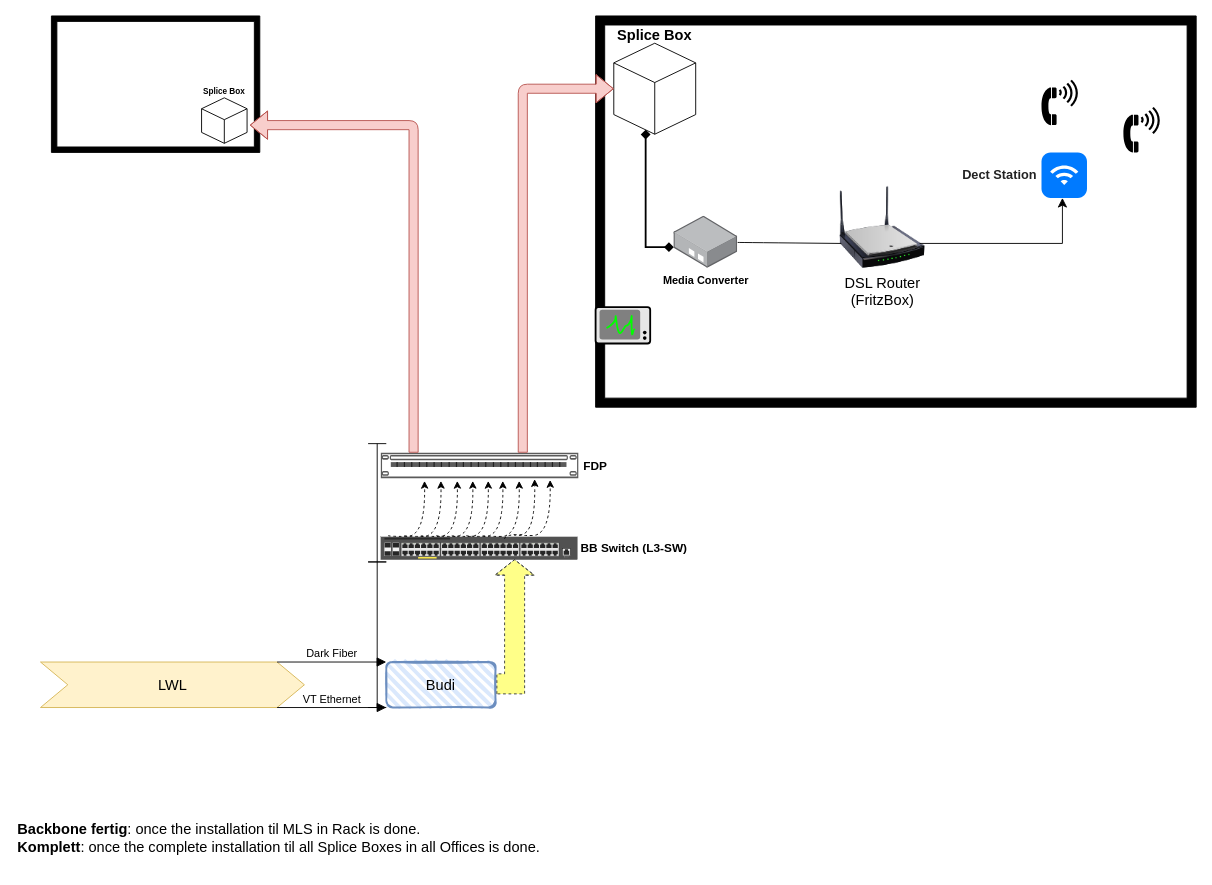
The draw.io diagram Optical Fiber connection - Office Side/main OF.drawio in payam-avarwand/Network_Diagrams, before the edit. Source tidied: cells renumbered, new cells numbered last; positions are measured from the earlier drawing's top-left corner, leaving out a move shared by most shapes. Both pictures are drawn from the tidied source at 91%, with x=0, y=0 at pixel (15, 15).
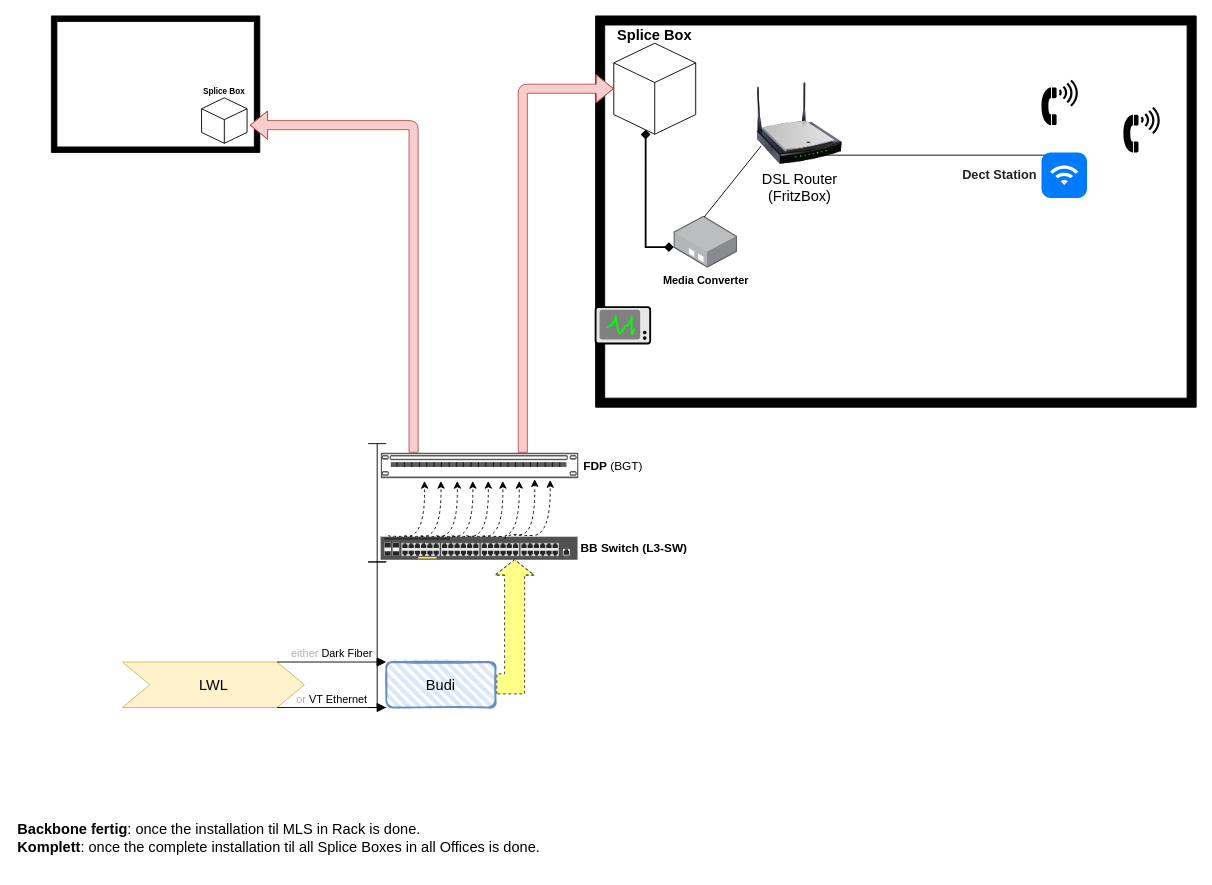
The same diagram, later.

The change refers to these unchanged cells:
```xml
<mxCell id="2" value="&lt;b&gt;Media Converter&lt;/b&gt;" style="image;points=[];html=1;align=center;shadow=0;dashed=0;image=img/lib/allied_telesis/media_converters/Media_Converter_Standalone.svg;imageBackground=none;fillStyle=auto;imageBorder=none;verticalAlign=top;" parent="1" vertex="1">
  <mxGeometry x="723" y="220" width="70.1" height="57.2" as="geometry" />
</mxCell>
<mxCell id="4" value="Budi" style="rounded=1;strokeWidth=2;fillWeight=4;hachureGap=8;hachureAngle=45;fillColor=#dae8fc;sketch=1;fontSize=16;flipH=0;labelBorderColor=none;labelBackgroundColor=none;html=1;whiteSpace=wrap;strokeColor=#6c8ebf;" parent="1" vertex="1">
  <mxGeometry x="407" y="710" width="120" height="50" as="geometry" />
</mxCell>
<mxCell id="35" value="&lt;font style=&quot;font-size: 14px;&quot;&gt;&lt;b&gt;Dect Station&lt;/b&gt;&lt;br&gt;&lt;/font&gt;" style="html=1;strokeWidth=1;shadow=0;dashed=0;shape=mxgraph.ios7.misc.wifi;fillColor=#007AFF;strokeColor=none;buttonText=;strokeColor2=#222222;fontColor=#222222;fontSize=8;verticalLabelPosition=middle;verticalAlign=middle;align=right;sketch=0;labelPosition=left;spacing=6;" parent="1" vertex="1">
  <mxGeometry x="1127" y="150" width="50" height="50" as="geometry" />
</mxCell>
```

The edit, as a diff of the source:
```diff
@@
     <mxCell id="3" value="LWL" style="html=1;shadow=0;dashed=0;align=center;verticalAlign=middle;shape=mxgraph.arrows2.arrow;dy=0;dx=30;notch=30;fontSize=16;fillColor=#fff2cc;strokeColor=#d6b656;" parent="1" vertex="1">
-      <mxGeometry x="27" y="710" width="290" height="50" as="geometry" />
+      <mxGeometry x="117" y="710" width="200" height="50" as="geometry" />
     </mxCell>
@@
-    <mxCell id="7" value="Dark Fiber" style="html=1;verticalAlign=bottom;endArrow=block;curved=0;rounded=0;fontSize=12;startSize=8;endSize=8;entryX=0;entryY=0;entryDx=0;entryDy=0;" parent="1" edge="1" target="4">
+    <mxCell id="7" value="&lt;font color=&quot;#b3b3b3&quot;&gt;either &lt;/font&gt;Dark Fiber" style="html=1;verticalAlign=bottom;endArrow=block;curved=0;rounded=0;fontSize=12;startSize=8;endSize=8;entryX=0;entryY=0;entryDx=0;entryDy=0;" parent="1" edge="1" target="4">
       <mxGeometry relative="1" as="geometry">
         <mxPoint x="287" y="710" as="sourcePoint" />
       </mxGeometry>
     </mxCell>
-    <mxCell id="8" value="VT Ethernet" style="html=1;verticalAlign=bottom;endArrow=block;curved=0;rounded=0;fontSize=12;startSize=8;endSize=8;entryX=0;entryY=0;entryDx=0;entryDy=0;" parent="1" edge="1">
+    <mxCell id="8" value="&lt;font color=&quot;#b3b3b3&quot;&gt;or &lt;/font&gt;VT Ethernet" style="html=1;verticalAlign=bottom;endArrow=block;curved=0;rounded=0;fontSize=12;startSize=8;endSize=8;entryX=0;entryY=0;entryDx=0;entryDy=0;" parent="1" edge="1">
       <mxGeometry relative="1" as="geometry">
         <mxPoint x="287" y="760" as="sourcePoint" />
         <mxPoint x="407" y="760" as="targetPoint" />
       </mxGeometry>
     </mxCell>
@@
-    <mxCell id="10" value="&lt;b&gt;FDP&lt;/b&gt;" style="strokeColor=#666666;html=1;labelPosition=right;align=left;spacingLeft=15;shadow=0;dashed=0;shape=mxgraph.rack.general.cat5e_rack_mount_patch_panel_24_ports;fontSize=13;verticalAlign=middle;spacing=-9;" parent="1" vertex="1">
+    <mxCell id="10" value="&lt;b&gt;FDP&lt;/b&gt; (BGT)" style="strokeColor=#666666;html=1;labelPosition=right;align=left;spacingLeft=15;shadow=0;dashed=0;shape=mxgraph.rack.general.cat5e_rack_mount_patch_panel_24_ports;fontSize=13;verticalAlign=middle;spacing=-9;" parent="1" vertex="1">
       <mxGeometry x="401" y="480" width="217" height="28" as="geometry" />
     </mxCell>
@@
     <mxCell id="30" value="&lt;div&gt;DSL Router&lt;/div&gt;&lt;div&gt;(FritzBox)&lt;br&gt;&lt;/div&gt;" style="image;html=1;image=img/lib/clip_art/networking/Wireless_Router_N_128x128.png;fontSize=16;" parent="1" vertex="1">
-      <mxGeometry x="897" y="187.2" width="110" height="90" as="geometry" />
+      <mxGeometry x="806" y="73" width="110" height="90" as="geometry" />
     </mxCell>
-    <mxCell id="31" style="endArrow=none;html=1;rounded=0;fontSize=12;startSize=8;endSize=8;curved=1;entryX=0.091;entryY=0.698;entryDx=0;entryDy=0;entryPerimeter=0;" parent="1" edge="1" source="2" target="30">
-      <mxGeometry relative="1" as="geometry" />
+    <mxCell id="31" style="endArrow=none;html=1;rounded=0;fontSize=12;startSize=8;endSize=8;curved=1;entryX=0.091;entryY=0.698;entryDx=0;entryDy=0;entryPerimeter=0;exitX=0.475;exitY=0.017;exitDx=0;exitDy=0;exitPerimeter=0;" parent="1" edge="1" source="2">
+      <mxGeometry relative="1" as="geometry">
+        <mxPoint x="819" y="142.8" as="targetPoint" />
+      </mxGeometry>
     </mxCell>
@@
+    <mxCell id="36" style="edgeStyle=segmentEdgeStyle;endArrow=classic;html=1;curved=0;rounded=0;endSize=8;startSize=8;fontSize=12;entryX=0.46;entryY=1;entryDx=0;entryDy=0;entryPerimeter=0;exitX=0.364;exitY=0.889;exitDx=0;exitDy=0;exitPerimeter=0;" parent="1" edge="1">
+      <mxGeometry relative="1" as="geometry">
+        <mxPoint x="868" y="150" as="sourcePoint" />
+        <mxPoint x="1171" y="190" as="targetPoint" />
+        <Array as="points">
+          <mxPoint x="868" y="153" />
+          <mxPoint x="1155" y="153" />
+          <mxPoint x="1155" y="190" />
+        </Array>
+      </mxGeometry>
+    </mxCell>
@@
-    <mxCell id="36" style="edgeStyle=segmentEdgeStyle;endArrow=classic;html=1;curved=0;rounded=0;endSize=8;startSize=8;fontSize=12;entryX=0.46;entryY=1;entryDx=0;entryDy=0;entryPerimeter=0;" parent="1" edge="1" target="35">
-      <mxGeometry relative="1" as="geometry">
-        <mxPoint x="993" y="250" as="sourcePoint" />
-      </mxGeometry>
-    </mxCell>
```
